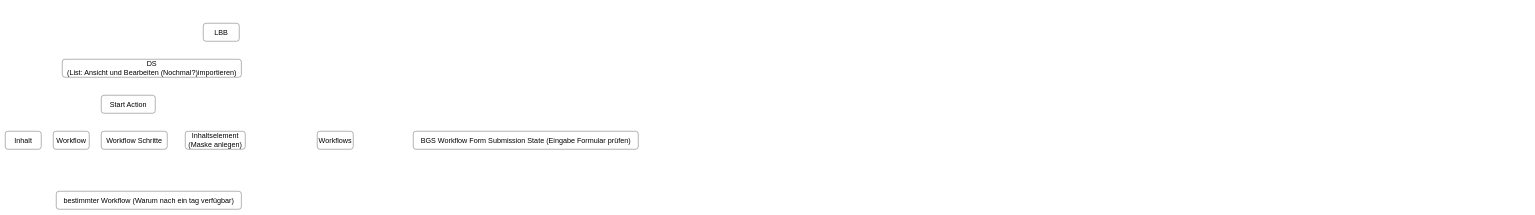
Above: Workflow Verständis Diagram.drawio in masteryijian/Hallo-World- (draw.io), before the change. Source tidied: cells renumbered, new cells numbered last; positions are measured from the earlier drawing's top-left corner, leaving out a move shared by most shapes. Both pictures are drawn from the tidied source at 30%, with x=0, y=0 at pixel (5, 23).
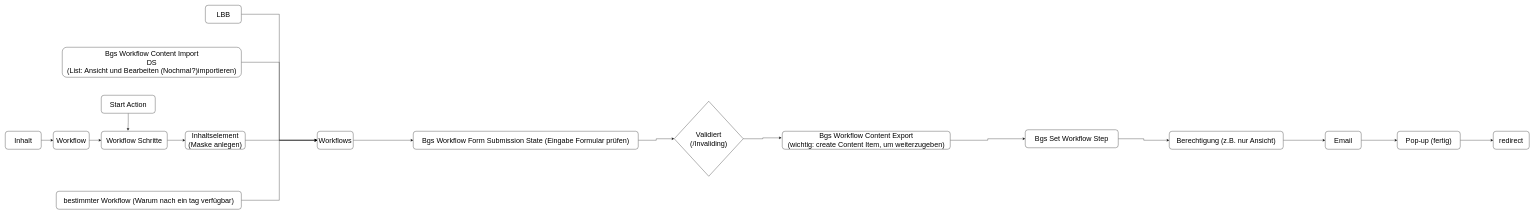
Above is the later version.

Unchanged cells that the change refers to:
```xml
<mxCell id="2" value="Inhalt" style="rounded=1;whiteSpace=wrap;html=1;fontSize=24;" parent="1" vertex="1">
  <mxGeometry y="360" width="120" height="60" as="geometry" />
</mxCell>
<mxCell id="3" value="Workflow" style="rounded=1;whiteSpace=wrap;html=1;fontSize=24;" parent="1" vertex="1">
  <mxGeometry x="160" y="360" width="120" height="60" as="geometry" />
</mxCell>
<mxCell id="4" value="Workflow Schritte" style="rounded=1;whiteSpace=wrap;html=1;fontSize=24;" parent="1" vertex="1">
  <mxGeometry x="320" y="360" width="220" height="60" as="geometry" />
</mxCell>
<mxCell id="5" value="Inhaltselement&lt;br&gt;(Maske anlegen)" style="rounded=1;whiteSpace=wrap;html=1;fontSize=24;" parent="1" vertex="1">
  <mxGeometry x="600" y="360" width="200" height="60" as="geometry" />
</mxCell>
<mxCell id="6" value="Start Action" style="rounded=1;whiteSpace=wrap;html=1;fontSize=24;" parent="1" vertex="1">
  <mxGeometry x="320" y="240" width="180" height="60" as="geometry" />
</mxCell>
<mxCell id="7" value="Workflows" style="rounded=1;whiteSpace=wrap;html=1;fontSize=24;" parent="1" vertex="1">
  <mxGeometry x="1040" y="360" width="120" height="60" as="geometry" />
</mxCell>
<mxCell id="10" value="bestimmter Workflow (Warum nach ein tag verfügbar)" style="rounded=1;whiteSpace=wrap;html=1;fontSize=24;" parent="1" vertex="1">
  <mxGeometry x="170" y="560" width="617" height="60" as="geometry" />
</mxCell>
```

Diff of the diagram source:
```diff
@@
+    <mxCell id="12" style="edgeStyle=orthogonalEdgeStyle;rounded=0;jettySize=auto;html=1;fontSize=24;" parent="1" edge="1" source="2" target="3">
+      <mxGeometry relative="1" as="geometry" />
+    </mxCell>
@@
+    <mxCell id="13" style="edgeStyle=orthogonalEdgeStyle;rounded=0;jettySize=auto;html=1;fontSize=24;" parent="1" edge="1" source="3" target="4">
+      <mxGeometry relative="1" as="geometry" />
+    </mxCell>
@@
+    <mxCell id="14" style="edgeStyle=orthogonalEdgeStyle;rounded=0;jettySize=auto;html=1;fontSize=24;" parent="1" edge="1" source="4" target="5">
+      <mxGeometry relative="1" as="geometry" />
+    </mxCell>
@@
+    <mxCell id="15" style="edgeStyle=orthogonalEdgeStyle;rounded=0;jettySize=auto;html=1;entryX=0;entryY=0.5;entryDx=0;entryDy=0;fontSize=24;" parent="1" edge="1" source="5" target="7">
+      <mxGeometry relative="1" as="geometry" />
+    </mxCell>
@@
+    <mxCell id="16" style="edgeStyle=orthogonalEdgeStyle;rounded=0;jettySize=auto;html=1;entryX=0.405;entryY=-0.033;entryDx=0;entryDy=0;entryPerimeter=0;fontSize=24;" parent="1" edge="1" source="6" target="4">
+      <mxGeometry relative="1" as="geometry" />
+    </mxCell>
@@
+    <mxCell id="17" style="edgeStyle=orthogonalEdgeStyle;rounded=0;jettySize=auto;html=1;entryX=0;entryY=0.5;entryDx=0;entryDy=0;fontSize=24;" parent="1" edge="1" source="7" target="11">
+      <mxGeometry relative="1" as="geometry" />
+    </mxCell>
@@
+    <mxCell id="18" style="edgeStyle=orthogonalEdgeStyle;rounded=0;jettySize=auto;html=1;entryX=0;entryY=0.5;entryDx=0;entryDy=0;fontSize=24;" parent="1" edge="1" source="8" target="7">
+      <mxGeometry relative="1" as="geometry" />
+    </mxCell>
-    <mxCell id="8" value="DS&lt;br&gt;(List: Ansicht und Bearbeiten (Nochmal?)importieren)" style="rounded=1;whiteSpace=wrap;html=1;fontSize=24;" parent="1" vertex="1">
-      <mxGeometry x="190" y="120" width="597" height="60" as="geometry" />
+    <mxCell id="8" value="Bgs Workflow Content Import&lt;br&gt;DS&lt;br&gt;(List: Ansicht und Bearbeiten (Nochmal?)importieren)" style="rounded=1;whiteSpace=wrap;html=1;fontSize=24;" parent="1" vertex="1">
+      <mxGeometry x="190" y="80" width="597" height="100" as="geometry" />
     </mxCell>
+    <mxCell id="19" style="edgeStyle=orthogonalEdgeStyle;rounded=0;jettySize=auto;html=1;entryX=0;entryY=0.5;entryDx=0;entryDy=0;fontSize=24;" parent="1" edge="1" source="9" target="7">
+      <mxGeometry relative="1" as="geometry" />
+    </mxCell>
     <mxCell id="9" value="LBB" style="rounded=1;whiteSpace=wrap;html=1;fontSize=24;" parent="1" vertex="1">
-      <mxGeometry x="660" width="120" height="60" as="geometry" />
+      <mxGeometry x="667" y="-60" width="120" height="60" as="geometry" />
     </mxCell>
+    <mxCell id="20" style="edgeStyle=orthogonalEdgeStyle;rounded=0;jettySize=auto;html=1;entryX=0;entryY=0.5;entryDx=0;entryDy=0;fontSize=24;" parent="1" edge="1" source="10" target="7">
+      <mxGeometry relative="1" as="geometry" />
+    </mxCell>
@@
+    <mxCell id="21" style="edgeStyle=orthogonalEdgeStyle;rounded=0;jettySize=auto;html=1;fontSize=24;" parent="1" edge="1" source="11" target="23">
+      <mxGeometry relative="1" as="geometry" />
+    </mxCell>
-    <mxCell id="11" value="BGS Workflow Form Submission State (Eingabe Formular prüfen)" style="rounded=1;whiteSpace=wrap;html=1;fontSize=24;" parent="1" vertex="1">
+    <mxCell id="11" value="Bgs Workflow Form Submission State (Eingabe Formular prüfen)" style="rounded=1;whiteSpace=wrap;html=1;fontSize=24;" parent="1" vertex="1">
       <mxGeometry x="1360" y="360" width="750" height="60" as="geometry" />
     </mxCell>
+    <mxCell id="22" style="edgeStyle=orthogonalEdgeStyle;rounded=0;jettySize=auto;html=1;entryX=-0.004;entryY=0.367;entryDx=0;entryDy=0;entryPerimeter=0;fontSize=24;" parent="1" edge="1" source="23" target="25">
+      <mxGeometry relative="1" as="geometry" />
+    </mxCell>
+    <mxCell id="23" value="Validiert&lt;br&gt;(/Invaliding)" style="rhombus;whiteSpace=wrap;html=1;fontSize=24;" parent="1" vertex="1">
+      <mxGeometry x="2230" y="260" width="230" height="250" as="geometry" />
+    </mxCell>
+    <mxCell id="24" style="edgeStyle=orthogonalEdgeStyle;rounded=0;jettySize=auto;html=1;entryX=0;entryY=0.5;entryDx=0;entryDy=0;fontSize=24;" parent="1" edge="1" source="25" target="27">
+      <mxGeometry relative="1" as="geometry" />
+    </mxCell>
+    <mxCell id="25" value="&lt;span&gt;Bgs Workflow Content Export&lt;br&gt;(wichtig: create Content Item, um weiterzugeben)&lt;br&gt;&lt;/span&gt;" style="rounded=1;whiteSpace=wrap;html=1;fontSize=24;" parent="1" vertex="1">
+      <mxGeometry x="2590" y="360" width="560" height="60" as="geometry" />
+    </mxCell>
+    <mxCell id="26" style="edgeStyle=orthogonalEdgeStyle;rounded=0;jettySize=auto;html=1;entryX=0;entryY=0.5;entryDx=0;entryDy=0;fontSize=24;" parent="1" edge="1" source="27" target="29">
+      <mxGeometry relative="1" as="geometry" />
+    </mxCell>
+    <mxCell id="27" value="Bgs Set Workflow Step" style="rounded=1;whiteSpace=wrap;html=1;fontSize=24;" parent="1" vertex="1">
+      <mxGeometry x="3400" y="355" width="310" height="60" as="geometry" />
+    </mxCell>
+    <mxCell id="28" style="edgeStyle=orthogonalEdgeStyle;rounded=0;jettySize=auto;html=1;fontSize=24;" parent="1" edge="1" source="29" target="31">
+      <mxGeometry relative="1" as="geometry" />
+    </mxCell>
+    <mxCell id="29" value="Berechtigung (z.B. nur Ansicht)" style="rounded=1;whiteSpace=wrap;html=1;fontSize=24;" parent="1" vertex="1">
+      <mxGeometry x="3880" y="360" width="380" height="60" as="geometry" />
+    </mxCell>
+    <mxCell id="30" style="edgeStyle=orthogonalEdgeStyle;rounded=0;jettySize=auto;html=1;entryX=0;entryY=0.5;entryDx=0;entryDy=0;fontSize=24;" parent="1" edge="1" source="31" target="33">
+      <mxGeometry relative="1" as="geometry" />
+    </mxCell>
+    <mxCell id="31" value="Email" style="rounded=1;whiteSpace=wrap;html=1;fontSize=24;" parent="1" vertex="1">
+      <mxGeometry x="4400" y="360" width="120" height="60" as="geometry" />
+    </mxCell>
+    <mxCell id="32" style="edgeStyle=orthogonalEdgeStyle;rounded=0;jettySize=auto;html=1;entryX=0;entryY=0.5;entryDx=0;entryDy=0;fontSize=24;" parent="1" edge="1" source="33" target="34">
+      <mxGeometry relative="1" as="geometry" />
+    </mxCell>
+    <mxCell id="33" value="Pop-up (fertig)" style="rounded=1;whiteSpace=wrap;html=1;fontSize=24;" parent="1" vertex="1">
+      <mxGeometry x="4640" y="360" width="210" height="60" as="geometry" />
+    </mxCell>
+    <mxCell id="34" value="redirect" style="rounded=1;whiteSpace=wrap;html=1;fontSize=24;" parent="1" vertex="1">
+      <mxGeometry x="4960" y="360" width="120" height="60" as="geometry" />
+    </mxCell>
```
